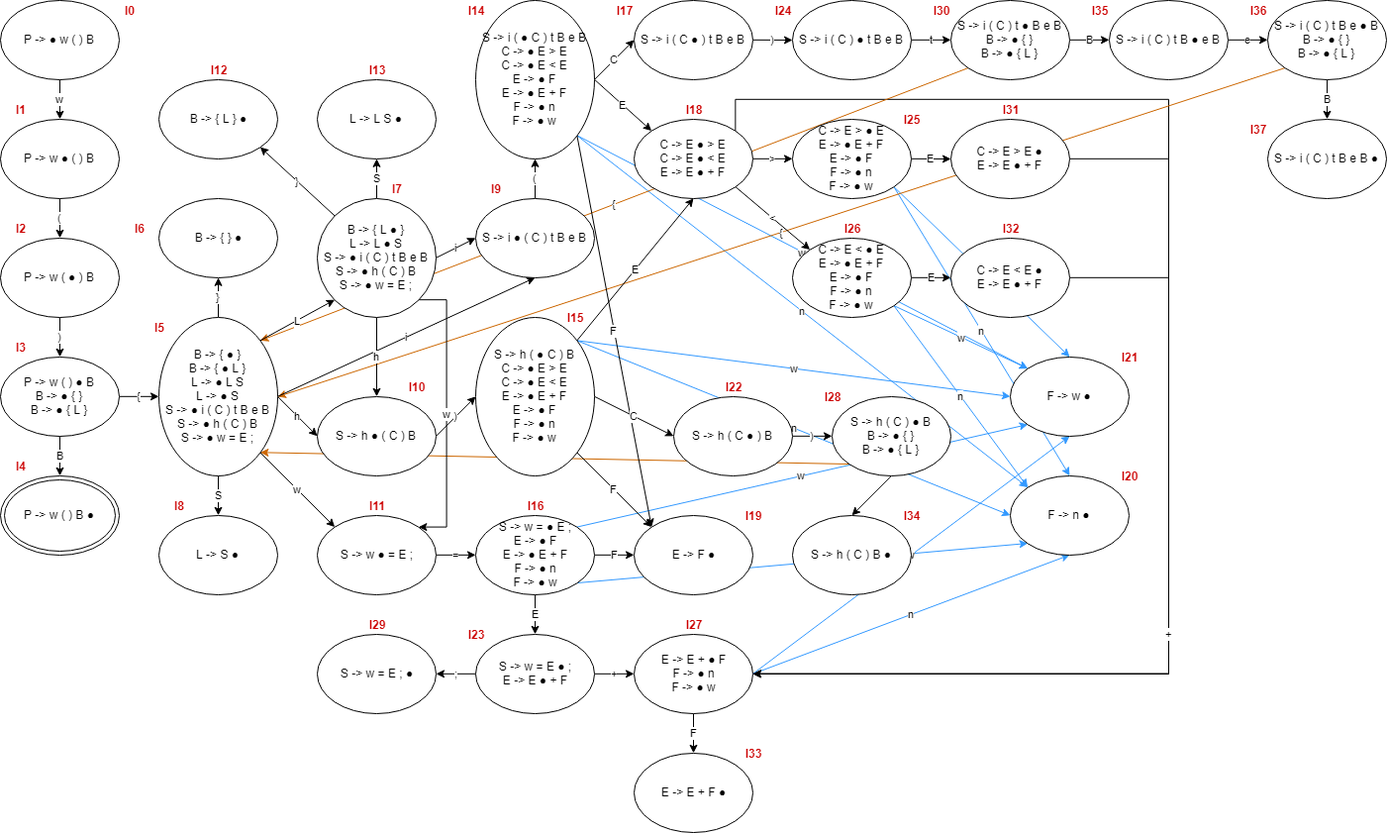
Above: parser/image/cfg_full.png in Orb-H/PLCOMP_Assignment (draw.io), before the change. Source tidied: cells renumbered, new cells last; positions are measured from the earlier drawing's top-left corner, leaving out a move shared by most shapes.
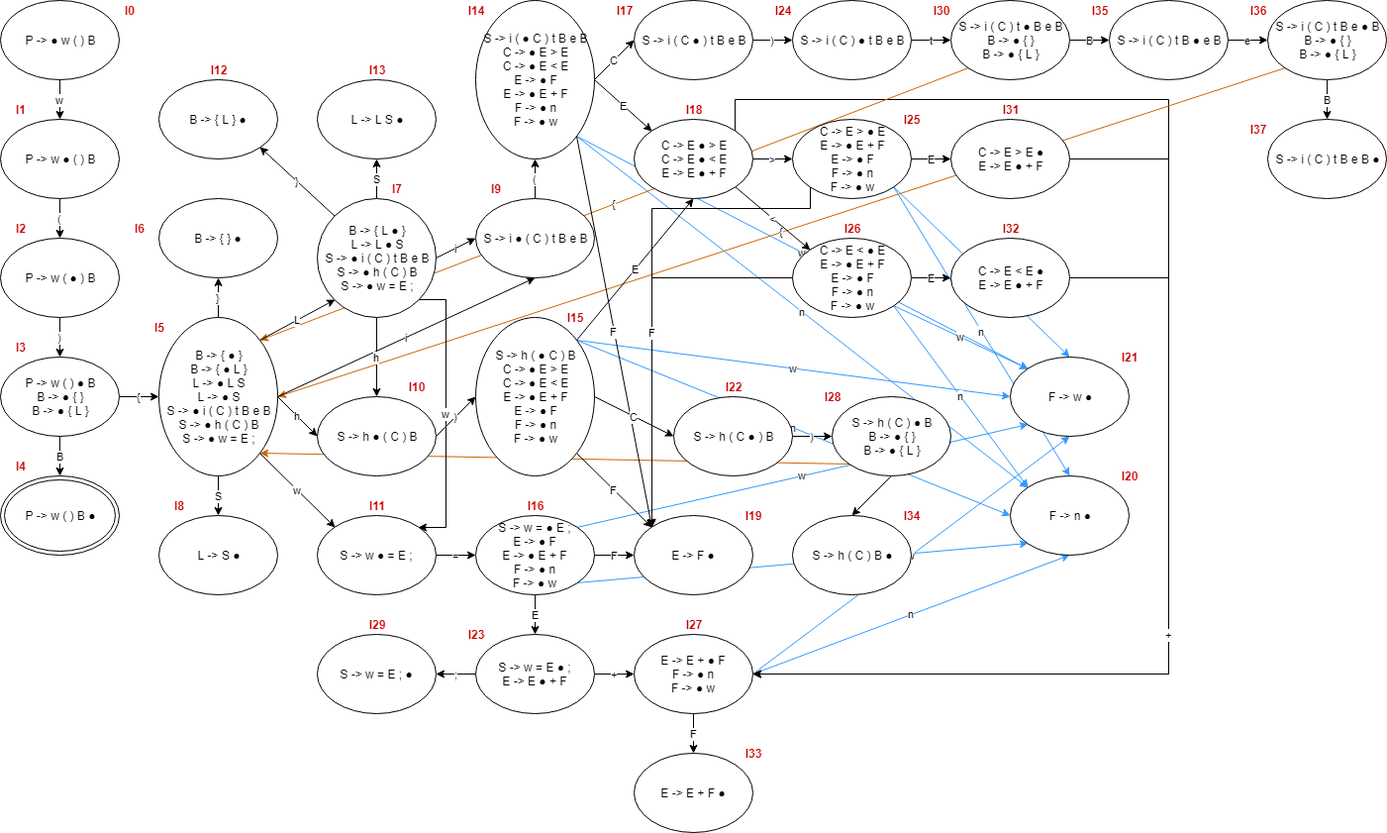
The same file after the commit.

Change to the diagram source:
```diff
@@ -304,12 +304,23 @@
     <mxCell id="94" value="E" style="edgeStyle=none;rounded=0;jettySize=auto;html=1;exitX=1;exitY=0.5;exitDx=0;exitDy=0;" parent="1" edge="1" source="95" target="23">
       <mxGeometry relative="1" as="geometry" />
     </mxCell>
+    <mxCell id="137" style="edgeStyle=orthogonalEdgeStyle;rounded=0;jettySize=auto;html=1;exitX=0;exitY=1;exitDx=0;exitDy=0;entryX=0;entryY=0;entryDx=0;entryDy=0;" parent="1" edge="1" source="95" target="20">
+      <mxGeometry relative="1" as="geometry">
+        <Array as="points">
+          <mxPoint x="818" y="210" />
+          <mxPoint x="658" y="210" />
+        </Array>
+      </mxGeometry>
+    </mxCell>
     <mxCell id="95" value="C -&amp;gt; E &amp;gt; ● E&lt;br&gt;E -&amp;gt; ● E + F&lt;br&gt;E -&amp;gt; ● F&lt;br&gt;F -&amp;gt; ● n&lt;br&gt;F -&amp;gt; ● w&lt;br&gt;" style="ellipse;whiteSpace=wrap;html=1;" parent="1" vertex="1">
       <mxGeometry x="800" y="120" width="120" height="80" as="geometry" />
     </mxCell>
     <mxCell id="96" value="E" style="edgeStyle=none;rounded=0;jettySize=auto;html=1;exitX=1;exitY=0.5;exitDx=0;exitDy=0;entryX=0;entryY=0.5;entryDx=0;entryDy=0;" parent="1" edge="1" source="97" target="25">
       <mxGeometry relative="1" as="geometry" />
     </mxCell>
+    <mxCell id="138" value="F" style="edgeStyle=orthogonalEdgeStyle;rounded=0;jettySize=auto;html=1;exitX=0;exitY=0.5;exitDx=0;exitDy=0;entryX=0;entryY=0;entryDx=0;entryDy=0;" parent="1" edge="1" source="97" target="20">
+      <mxGeometry relative="1" as="geometry" />
+    </mxCell>
     <mxCell id="97" value="C -&amp;gt; E &amp;lt; ● E&lt;br&gt;E -&amp;gt; ● E + F&lt;br&gt;E -&amp;gt; ● F&lt;br&gt;F -&amp;gt; ● n&lt;br&gt;F -&amp;gt; ● w&lt;br&gt;" style="ellipse;whiteSpace=wrap;html=1;" parent="1" vertex="1">
       <mxGeometry x="800" y="240" width="120" height="80" as="geometry" />
     </mxCell>
```
